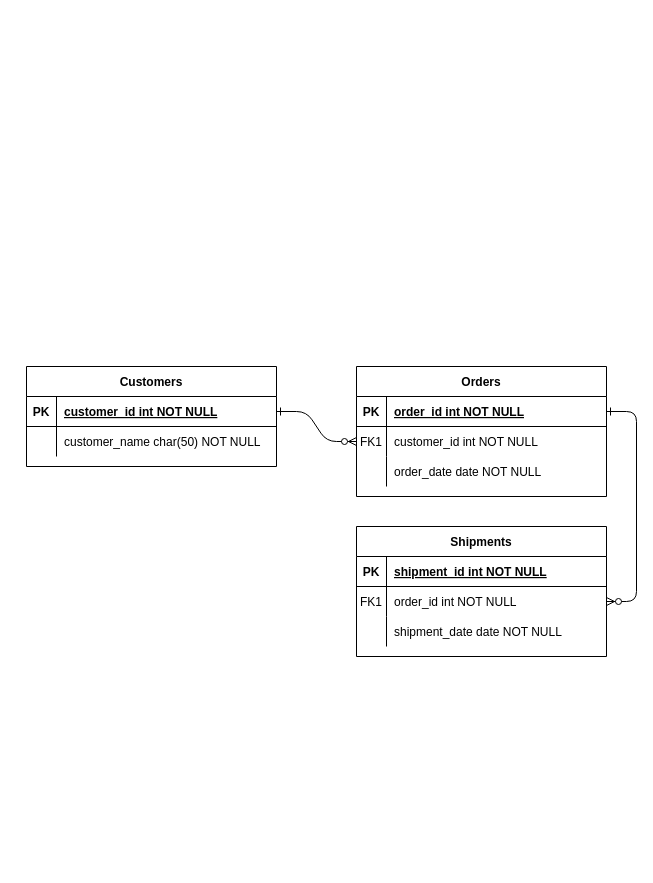
This is resource/FOOD_CRM.drawio from cryscham123/ERdiagram, a draw.io file, before an edit. Source tidied: cells renumbered, new cells numbered last; positions are measured from the earlier drawing's top-left corner, leaving out a move shared by most shapes. Both pictures are drawn from the tidied source at 100%, with x=0, y=0 at pixel (26, 366).
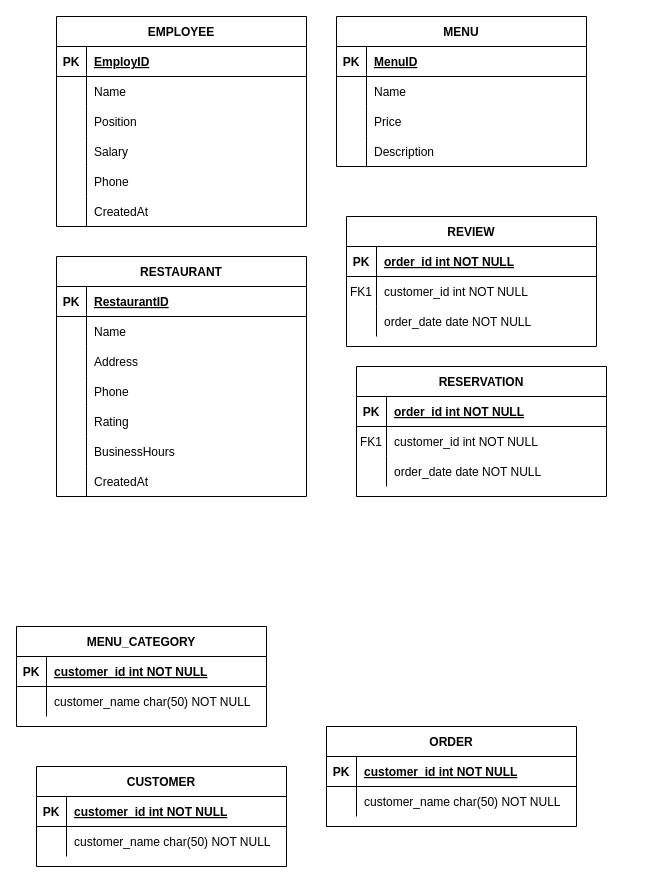
After the change.

Unchanged cells that the change refers to:
```xml
<mxCell id="5" style="shape=partialRectangle;fillColor=none;points=[[0,0.5],[1,0.5]];portConstraint=eastwest;top=0;left=0;right=0;bottom=1;" parent="4" vertex="1">
  <mxGeometry y="30" width="250" height="30" as="geometry" />
</mxCell>
<mxCell id="8" style="shape=partialRectangle;fillColor=none;points=[[0,0.5],[1,0.5]];portConstraint=eastwest;top=0;left=0;right=0;bottom=0;" parent="4" vertex="1">
  <mxGeometry y="60" width="250" height="30" as="geometry" />
</mxCell>
<mxCell id="15" style="shape=partialRectangle;fillColor=none;top=0;left=0;right=0;bottom=1;" parent="14" vertex="1">
  <mxGeometry y="30" width="250" height="30" as="geometry" />
</mxCell>
<mxCell id="25" style="shape=partialRectangle;fillColor=none;points=[[0,0.5],[1,0.5]];portConstraint=eastwest;top=0;left=0;right=0;bottom=1;" parent="24" vertex="1">
  <mxGeometry y="30" width="250" height="30" as="geometry" />
</mxCell>
<mxCell id="28" style="shape=partialRectangle;fillColor=none;top=0;left=0;right=0;bottom=0;" parent="24" vertex="1">
  <mxGeometry y="60" width="250" height="30" as="geometry" />
</mxCell>
```

Diff of the diagram source:
```diff
@@
-    <mxCell id="2" style="edgeStyle=entityRelationEdgeStyle;endArrow=ERzeroToMany;startArrow=ERone;endFill=1;startFill=0;" parent="1" edge="1" source="25" target="8">
-      <mxGeometry relative="1" as="geometry" />
-    </mxCell>
-    <mxCell id="3" style="edgeStyle=entityRelationEdgeStyle;endArrow=ERzeroToMany;startArrow=ERone;endFill=1;startFill=0;" parent="1" edge="1" source="5" target="18">
-      <mxGeometry relative="1" as="geometry" />
-    </mxCell>
-    <mxCell id="4" value="Orders" style="shape=table;startSize=30;childLayout=tableLayout;rowLines=0;fontStyle=1;align=center;" parent="1" vertex="1">
+    <mxCell id="4" value="RESERVATION" style="shape=table;startSize=30;childLayout=tableLayout;rowLines=0;fontStyle=1;align=center;" parent="1" vertex="1">
       <mxGeometry x="330" width="250" height="130" as="geometry" />
     </mxCell>
@@
-    <mxCell id="14" value="Shipments" style="shape=table;startSize=30;childLayout=tableLayout;rowLines=0;fontStyle=1;align=center;" parent="1" vertex="1">
-      <mxGeometry x="330" y="160" width="250" height="130" as="geometry" />
+    <mxCell id="14" value="EMPLOYEE" style="shape=table;startSize=30;childLayout=tableLayout;rowLines=0;fontStyle=1;align=center;" parent="1" vertex="1">
+      <mxGeometry x="30" y="-350" width="250" height="210" as="geometry" />
     </mxCell>
@@
-    <mxCell id="17" value="shipment_id int NOT NULL " style="shape=partialRectangle;overflow=hidden;fillColor=none;top=0;left=0;bottom=0;right=0;align=left;spacingLeft=6;fontStyle=5;" parent="15" vertex="1">
+    <mxCell id="17" value="EmployID" style="shape=partialRectangle;overflow=hidden;fillColor=none;top=0;left=0;bottom=0;right=0;align=left;spacingLeft=6;fontStyle=5;" parent="15" vertex="1">
       <mxGeometry x="30" width="220" height="30" as="geometry" />
     </mxCell>
-    <mxCell id="18" style="shape=partialRectangle;fillColor=none;points=[[0,0.5],[1,0.5]];portConstraint=eastwest;top=0;left=0;right=0;bottom=0;" parent="14" vertex="1">
-      <mxGeometry y="60" width="250" height="30" as="geometry" />
-    </mxCell>
-    <mxCell id="19" value="FK1" style="shape=partialRectangle;overflow=hidden;fillColor=none;top=0;left=0;bottom=0;right=0;" parent="18" vertex="1">
-      <mxGeometry width="30" height="30" as="geometry" />
-    </mxCell>
-    <mxCell id="20" value="order_id int NOT NULL" style="shape=partialRectangle;overflow=hidden;fillColor=none;top=0;left=0;bottom=0;right=0;align=left;spacingLeft=6;" parent="18" vertex="1">
-      <mxGeometry x="30" width="220" height="30" as="geometry" />
-    </mxCell>
     <mxCell id="21" style="shape=partialRectangle;fillColor=none;top=0;left=0;right=0;bottom=0;" parent="14" vertex="1">
-      <mxGeometry y="90" width="250" height="30" as="geometry" />
+      <mxGeometry y="60" width="250" height="30" as="geometry" />
     </mxCell>
@@
-    <mxCell id="23" value="shipment_date date NOT NULL" style="shape=partialRectangle;overflow=hidden;fillColor=none;top=0;left=0;bottom=0;right=0;align=left;spacingLeft=6;" parent="21" vertex="1">
+    <mxCell id="23" value="Name" style="shape=partialRectangle;overflow=hidden;fillColor=none;top=0;left=0;bottom=0;right=0;align=left;spacingLeft=6;" parent="21" vertex="1">
       <mxGeometry x="30" width="220" height="30" as="geometry" />
     </mxCell>
+    <mxCell id="31" style="shape=partialRectangle;fillColor=none;top=0;left=0;right=0;bottom=0;" parent="14" vertex="1">
+      <mxGeometry y="90" width="250" height="30" as="geometry" />
+    </mxCell>
+    <mxCell id="32" style="shape=partialRectangle;overflow=hidden;fillColor=none;top=0;left=0;bottom=0;right=0;" parent="31" vertex="1">
+      <mxGeometry width="30" height="30" as="geometry" />
+    </mxCell>
+    <mxCell id="33" value="Position" style="shape=partialRectangle;overflow=hidden;fillColor=none;top=0;left=0;bottom=0;right=0;align=left;spacingLeft=6;" parent="31" vertex="1">
+      <mxGeometry x="30" width="220" height="30" as="geometry" />
+    </mxCell>
+    <mxCell id="34" style="shape=partialRectangle;fillColor=none;top=0;left=0;right=0;bottom=0;" parent="14" vertex="1">
+      <mxGeometry y="120" width="250" height="30" as="geometry" />
+    </mxCell>
+    <mxCell id="35" style="shape=partialRectangle;overflow=hidden;fillColor=none;top=0;left=0;bottom=0;right=0;" parent="34" vertex="1">
+      <mxGeometry width="30" height="30" as="geometry" />
+    </mxCell>
+    <mxCell id="36" value="Salary" style="shape=partialRectangle;overflow=hidden;fillColor=none;top=0;left=0;bottom=0;right=0;align=left;spacingLeft=6;" parent="34" vertex="1">
+      <mxGeometry x="30" width="220" height="30" as="geometry" />
+    </mxCell>
+    <mxCell id="37" style="shape=partialRectangle;fillColor=none;top=0;left=0;right=0;bottom=0;" parent="14" vertex="1">
+      <mxGeometry y="150" width="250" height="30" as="geometry" />
+    </mxCell>
+    <mxCell id="38" style="shape=partialRectangle;overflow=hidden;fillColor=none;top=0;left=0;bottom=0;right=0;" parent="37" vertex="1">
+      <mxGeometry width="30" height="30" as="geometry" />
+    </mxCell>
+    <mxCell id="39" value="Phone" style="shape=partialRectangle;overflow=hidden;fillColor=none;top=0;left=0;bottom=0;right=0;align=left;spacingLeft=6;" parent="37" vertex="1">
+      <mxGeometry x="30" width="220" height="30" as="geometry" />
+    </mxCell>
+    <mxCell id="40" style="shape=partialRectangle;fillColor=none;top=0;left=0;right=0;bottom=0;" parent="14" vertex="1">
+      <mxGeometry y="180" width="250" height="30" as="geometry" />
+    </mxCell>
+    <mxCell id="41" style="shape=partialRectangle;overflow=hidden;fillColor=none;top=0;left=0;bottom=0;right=0;" parent="40" vertex="1">
+      <mxGeometry width="30" height="30" as="geometry" />
+    </mxCell>
+    <mxCell id="42" value="CreatedAt" style="shape=partialRectangle;overflow=hidden;fillColor=none;top=0;left=0;bottom=0;right=0;align=left;spacingLeft=6;" parent="40" vertex="1">
+      <mxGeometry x="30" width="220" height="30" as="geometry" />
+    </mxCell>
-    <mxCell id="24" value="Customers" style="shape=table;startSize=30;childLayout=tableLayout;rowLines=0;fontStyle=1;align=center;" parent="1" vertex="1">
-      <mxGeometry width="250" height="100" as="geometry" />
+    <mxCell id="24" value="RESTAURANT" style="shape=table;startSize=30;childLayout=tableLayout;rowLines=0;fontStyle=1;align=center;" parent="1" vertex="1">
+      <mxGeometry x="30" y="-110" width="250" height="240" as="geometry" />
     </mxCell>
@@
-    <mxCell id="27" value="customer_id int NOT NULL " style="shape=partialRectangle;overflow=hidden;fillColor=none;top=0;left=0;bottom=0;right=0;align=left;spacingLeft=6;fontStyle=5;" parent="25" vertex="1">
+    <mxCell id="27" value="RestaurantID" style="shape=partialRectangle;overflow=hidden;fillColor=none;top=0;left=0;bottom=0;right=0;align=left;spacingLeft=6;fontStyle=5;" parent="25" vertex="1">
       <mxGeometry x="30" width="220" height="30" as="geometry" />
     </mxCell>
@@
-    <mxCell id="30" value="customer_name char(50) NOT NULL" style="shape=partialRectangle;overflow=hidden;fillColor=none;top=0;left=0;bottom=0;right=0;align=left;spacingLeft=6;" parent="28" vertex="1">
+    <mxCell id="30" value="Name" style="shape=partialRectangle;overflow=hidden;fillColor=none;top=0;left=0;bottom=0;right=0;align=left;spacingLeft=6;" parent="28" vertex="1">
       <mxGeometry x="30" width="220" height="30" as="geometry" />
     </mxCell>
+    <mxCell id="43" style="shape=partialRectangle;fillColor=none;top=0;left=0;right=0;bottom=0;" parent="24" vertex="1">
+      <mxGeometry y="90" width="250" height="30" as="geometry" />
+    </mxCell>
+    <mxCell id="44" style="shape=partialRectangle;overflow=hidden;fillColor=none;top=0;left=0;bottom=0;right=0;" parent="43" vertex="1">
+      <mxGeometry width="30" height="30" as="geometry" />
+    </mxCell>
+    <mxCell id="45" value="Address" style="shape=partialRectangle;overflow=hidden;fillColor=none;top=0;left=0;bottom=0;right=0;align=left;spacingLeft=6;" parent="43" vertex="1">
+      <mxGeometry x="30" width="220" height="30" as="geometry" />
+    </mxCell>
+    <mxCell id="46" style="shape=partialRectangle;fillColor=none;top=0;left=0;right=0;bottom=0;" parent="24" vertex="1">
+      <mxGeometry y="120" width="250" height="30" as="geometry" />
+    </mxCell>
+    <mxCell id="47" style="shape=partialRectangle;overflow=hidden;fillColor=none;top=0;left=0;bottom=0;right=0;" parent="46" vertex="1">
+      <mxGeometry width="30" height="30" as="geometry" />
+    </mxCell>
+    <mxCell id="48" value="Phone" style="shape=partialRectangle;overflow=hidden;fillColor=none;top=0;left=0;bottom=0;right=0;align=left;spacingLeft=6;" parent="46" vertex="1">
+      <mxGeometry x="30" width="220" height="30" as="geometry" />
+    </mxCell>
+    <mxCell id="49" style="shape=partialRectangle;fillColor=none;top=0;left=0;right=0;bottom=0;" parent="24" vertex="1">
+      <mxGeometry y="150" width="250" height="30" as="geometry" />
+    </mxCell>
+    <mxCell id="50" style="shape=partialRectangle;overflow=hidden;fillColor=none;top=0;left=0;bottom=0;right=0;" parent="49" vertex="1">
+      <mxGeometry width="30" height="30" as="geometry" />
+    </mxCell>
+    <mxCell id="51" value="Rating" style="shape=partialRectangle;overflow=hidden;fillColor=none;top=0;left=0;bottom=0;right=0;align=left;spacingLeft=6;" parent="49" vertex="1">
+      <mxGeometry x="30" width="220" height="30" as="geometry" />
+    </mxCell>
+    <mxCell id="52" style="shape=partialRectangle;fillColor=none;top=0;left=0;right=0;bottom=0;" parent="24" vertex="1">
+      <mxGeometry y="180" width="250" height="30" as="geometry" />
+    </mxCell>
+    <mxCell id="53" style="shape=partialRectangle;overflow=hidden;fillColor=none;top=0;left=0;bottom=0;right=0;" parent="52" vertex="1">
+      <mxGeometry width="30" height="30" as="geometry" />
+    </mxCell>
+    <mxCell id="54" value="BusinessHours" style="shape=partialRectangle;overflow=hidden;fillColor=none;top=0;left=0;bottom=0;right=0;align=left;spacingLeft=6;" parent="52" vertex="1">
+      <mxGeometry x="30" width="220" height="30" as="geometry" />
+    </mxCell>
+    <mxCell id="55" style="shape=partialRectangle;fillColor=none;top=0;left=0;right=0;bottom=0;" parent="24" vertex="1">
+      <mxGeometry y="210" width="250" height="30" as="geometry" />
+    </mxCell>
+    <mxCell id="56" style="shape=partialRectangle;overflow=hidden;fillColor=none;top=0;left=0;bottom=0;right=0;" parent="55" vertex="1">
+      <mxGeometry width="30" height="30" as="geometry" />
+    </mxCell>
+    <mxCell id="57" value="CreatedAt" style="shape=partialRectangle;overflow=hidden;fillColor=none;top=0;left=0;bottom=0;right=0;align=left;spacingLeft=6;" parent="55" vertex="1">
+      <mxGeometry x="30" width="220" height="30" as="geometry" />
+    </mxCell>
+    <mxCell id="58" value="MENU" style="shape=table;startSize=30;childLayout=tableLayout;rowLines=0;fontStyle=1;align=center;" parent="1" vertex="1">
+      <mxGeometry x="310" y="-350" width="250" height="150" as="geometry" />
+    </mxCell>
+    <mxCell id="59" style="shape=partialRectangle;fillColor=none;top=0;left=0;right=0;bottom=1;" parent="58" vertex="1">
+      <mxGeometry y="30" width="250" height="30" as="geometry" />
+    </mxCell>
+    <mxCell id="60" value="PK" style="shape=partialRectangle;overflow=hidden;fillColor=none;top=0;left=0;bottom=0;right=0;fontStyle=1;" parent="59" vertex="1">
+      <mxGeometry width="30" height="30" as="geometry" />
+    </mxCell>
+    <mxCell id="61" value="MenuID" style="shape=partialRectangle;overflow=hidden;fillColor=none;top=0;left=0;bottom=0;right=0;align=left;spacingLeft=6;fontStyle=5;" parent="59" vertex="1">
+      <mxGeometry x="30" width="220" height="30" as="geometry" />
+    </mxCell>
+    <mxCell id="62" style="shape=partialRectangle;fillColor=none;top=0;left=0;right=0;bottom=0;" parent="58" vertex="1">
+      <mxGeometry y="60" width="250" height="30" as="geometry" />
+    </mxCell>
+    <mxCell id="63" style="shape=partialRectangle;overflow=hidden;fillColor=none;top=0;left=0;bottom=0;right=0;" parent="62" vertex="1">
+      <mxGeometry width="30" height="30" as="geometry" />
+    </mxCell>
+    <mxCell id="64" value="Name" style="shape=partialRectangle;overflow=hidden;fillColor=none;top=0;left=0;bottom=0;right=0;align=left;spacingLeft=6;" parent="62" vertex="1">
+      <mxGeometry x="30" width="220" height="30" as="geometry" />
+    </mxCell>
+    <mxCell id="65" style="shape=partialRectangle;fillColor=none;top=0;left=0;right=0;bottom=0;" parent="58" vertex="1">
+      <mxGeometry y="90" width="250" height="30" as="geometry" />
+    </mxCell>
+    <mxCell id="66" style="shape=partialRectangle;overflow=hidden;fillColor=none;top=0;left=0;bottom=0;right=0;" parent="65" vertex="1">
+      <mxGeometry width="30" height="30" as="geometry" />
+    </mxCell>
+    <mxCell id="67" value="Price" style="shape=partialRectangle;overflow=hidden;fillColor=none;top=0;left=0;bottom=0;right=0;align=left;spacingLeft=6;" parent="65" vertex="1">
+      <mxGeometry x="30" width="220" height="30" as="geometry" />
+    </mxCell>
+    <mxCell id="68" style="shape=partialRectangle;fillColor=none;top=0;left=0;right=0;bottom=0;" parent="58" vertex="1">
+      <mxGeometry y="120" width="250" height="30" as="geometry" />
+    </mxCell>
+    <mxCell id="69" style="shape=partialRectangle;overflow=hidden;fillColor=none;top=0;left=0;bottom=0;right=0;" parent="68" vertex="1">
+      <mxGeometry width="30" height="30" as="geometry" />
+    </mxCell>
+    <mxCell id="70" value="Description" style="shape=partialRectangle;overflow=hidden;fillColor=none;top=0;left=0;bottom=0;right=0;align=left;spacingLeft=6;" parent="68" vertex="1">
+      <mxGeometry x="30" width="220" height="30" as="geometry" />
+    </mxCell>
+    <mxCell id="71" value="MENU_CATEGORY" style="shape=table;startSize=30;childLayout=tableLayout;rowLines=0;fontStyle=1;align=center;" parent="1" vertex="1">
+      <mxGeometry x="-10" y="260" width="250" height="100" as="geometry" />
+    </mxCell>
+    <mxCell id="72" style="shape=partialRectangle;fillColor=none;top=0;left=0;right=0;bottom=1;" parent="71" vertex="1">
+      <mxGeometry y="30" width="250" height="30" as="geometry" />
+    </mxCell>
+    <mxCell id="73" value="PK" style="shape=partialRectangle;overflow=hidden;fillColor=none;top=0;left=0;bottom=0;right=0;fontStyle=1;" parent="72" vertex="1">
+      <mxGeometry width="30" height="30" as="geometry" />
+    </mxCell>
+    <mxCell id="74" value="customer_id int NOT NULL " style="shape=partialRectangle;overflow=hidden;fillColor=none;top=0;left=0;bottom=0;right=0;align=left;spacingLeft=6;fontStyle=5;" parent="72" vertex="1">
+      <mxGeometry x="30" width="220" height="30" as="geometry" />
+    </mxCell>
+    <mxCell id="75" style="shape=partialRectangle;fillColor=none;top=0;left=0;right=0;bottom=0;" parent="71" vertex="1">
+      <mxGeometry y="60" width="250" height="30" as="geometry" />
+    </mxCell>
+    <mxCell id="76" style="shape=partialRectangle;overflow=hidden;fillColor=none;top=0;left=0;bottom=0;right=0;" parent="75" vertex="1">
+      <mxGeometry width="30" height="30" as="geometry" />
+    </mxCell>
+    <mxCell id="77" value="customer_name char(50) NOT NULL" style="shape=partialRectangle;overflow=hidden;fillColor=none;top=0;left=0;bottom=0;right=0;align=left;spacingLeft=6;" parent="75" vertex="1">
+      <mxGeometry x="30" width="220" height="30" as="geometry" />
+    </mxCell>
+    <mxCell id="78" value="CUSTOMER " style="shape=table;startSize=30;childLayout=tableLayout;rowLines=0;fontStyle=1;align=center;" parent="1" vertex="1">
+      <mxGeometry x="10" y="400" width="250" height="100" as="geometry" />
+    </mxCell>
+    <mxCell id="79" style="shape=partialRectangle;fillColor=none;top=0;left=0;right=0;bottom=1;" parent="78" vertex="1">
+      <mxGeometry y="30" width="250" height="30" as="geometry" />
+    </mxCell>
+    <mxCell id="80" value="PK" style="shape=partialRectangle;overflow=hidden;fillColor=none;top=0;left=0;bottom=0;right=0;fontStyle=1;" parent="79" vertex="1">
+      <mxGeometry width="30" height="30" as="geometry" />
+    </mxCell>
+    <mxCell id="81" value="customer_id int NOT NULL " style="shape=partialRectangle;overflow=hidden;fillColor=none;top=0;left=0;bottom=0;right=0;align=left;spacingLeft=6;fontStyle=5;" parent="79" vertex="1">
+      <mxGeometry x="30" width="220" height="30" as="geometry" />
+    </mxCell>
+    <mxCell id="82" style="shape=partialRectangle;fillColor=none;top=0;left=0;right=0;bottom=0;" parent="78" vertex="1">
+      <mxGeometry y="60" width="250" height="30" as="geometry" />
+    </mxCell>
+    <mxCell id="83" style="shape=partialRectangle;overflow=hidden;fillColor=none;top=0;left=0;bottom=0;right=0;" parent="82" vertex="1">
+      <mxGeometry width="30" height="30" as="geometry" />
+    </mxCell>
+    <mxCell id="84" value="customer_name char(50) NOT NULL" style="shape=partialRectangle;overflow=hidden;fillColor=none;top=0;left=0;bottom=0;right=0;align=left;spacingLeft=6;" parent="82" vertex="1">
+      <mxGeometry x="30" width="220" height="30" as="geometry" />
+    </mxCell>
+    <mxCell id="85" value="ORDER" style="shape=table;startSize=30;childLayout=tableLayout;rowLines=0;fontStyle=1;align=center;" parent="1" vertex="1">
+      <mxGeometry x="300" y="360" width="250" height="100" as="geometry" />
+    </mxCell>
+    <mxCell id="86" style="shape=partialRectangle;fillColor=none;top=0;left=0;right=0;bottom=1;" parent="85" vertex="1">
+      <mxGeometry y="30" width="250" height="30" as="geometry" />
+    </mxCell>
+    <mxCell id="87" value="PK" style="shape=partialRectangle;overflow=hidden;fillColor=none;top=0;left=0;bottom=0;right=0;fontStyle=1;" parent="86" vertex="1">
+      <mxGeometry width="30" height="30" as="geometry" />
+    </mxCell>
+    <mxCell id="88" value="customer_id int NOT NULL " style="shape=partialRectangle;overflow=hidden;fillColor=none;top=0;left=0;bottom=0;right=0;align=left;spacingLeft=6;fontStyle=5;" parent="86" vertex="1">
+      <mxGeometry x="30" width="220" height="30" as="geometry" />
+    </mxCell>
+    <mxCell id="89" style="shape=partialRectangle;fillColor=none;top=0;left=0;right=0;bottom=0;" parent="85" vertex="1">
+      <mxGeometry y="60" width="250" height="30" as="geometry" />
+    </mxCell>
+    <mxCell id="90" style="shape=partialRectangle;overflow=hidden;fillColor=none;top=0;left=0;bottom=0;right=0;" parent="89" vertex="1">
+      <mxGeometry width="30" height="30" as="geometry" />
+    </mxCell>
+    <mxCell id="91" value="customer_name char(50) NOT NULL" style="shape=partialRectangle;overflow=hidden;fillColor=none;top=0;left=0;bottom=0;right=0;align=left;spacingLeft=6;" parent="89" vertex="1">
+      <mxGeometry x="30" width="220" height="30" as="geometry" />
+    </mxCell>
+    <mxCell id="92" value="REVIEW" style="shape=table;startSize=30;childLayout=tableLayout;rowLines=0;fontStyle=1;align=center;" parent="1" vertex="1">
+      <mxGeometry x="320" y="-150" width="250" height="130" as="geometry" />
+    </mxCell>
+    <mxCell id="93" style="shape=partialRectangle;fillColor=none;top=0;left=0;right=0;bottom=1;" parent="92" vertex="1">
+      <mxGeometry y="30" width="250" height="30" as="geometry" />
+    </mxCell>
+    <mxCell id="94" value="PK" style="shape=partialRectangle;overflow=hidden;fillColor=none;top=0;left=0;bottom=0;right=0;fontStyle=1;" parent="93" vertex="1">
+      <mxGeometry width="30" height="30" as="geometry" />
+    </mxCell>
+    <mxCell id="20" value="order_id int NOT NULL " style="shape=partialRectangle;overflow=hidden;fillColor=none;top=0;left=0;bottom=0;right=0;align=left;spacingLeft=6;fontStyle=5;" parent="93" vertex="1">
+      <mxGeometry x="30" width="220" height="30" as="geometry" />
+    </mxCell>
+    <mxCell id="95" style="shape=partialRectangle;fillColor=none;top=0;left=0;right=0;bottom=0;" parent="92" vertex="1">
+      <mxGeometry y="60" width="250" height="30" as="geometry" />
+    </mxCell>
+    <mxCell id="19" value="FK1" style="shape=partialRectangle;overflow=hidden;fillColor=none;top=0;left=0;bottom=0;right=0;" parent="95" vertex="1">
+      <mxGeometry width="30" height="30" as="geometry" />
+    </mxCell>
+    <mxCell id="96" value="customer_id int NOT NULL" style="shape=partialRectangle;overflow=hidden;fillColor=none;top=0;left=0;bottom=0;right=0;align=left;spacingLeft=6;" parent="95" vertex="1">
+      <mxGeometry x="30" width="220" height="30" as="geometry" />
+    </mxCell>
+    <mxCell id="97" style="shape=partialRectangle;fillColor=none;top=0;left=0;right=0;bottom=0;" parent="92" vertex="1">
+      <mxGeometry y="90" width="250" height="30" as="geometry" />
+    </mxCell>
+    <mxCell id="98" style="shape=partialRectangle;overflow=hidden;fillColor=none;top=0;left=0;bottom=0;right=0;" parent="97" vertex="1">
+      <mxGeometry width="30" height="30" as="geometry" />
+    </mxCell>
+    <mxCell id="99" value="order_date date NOT NULL" style="shape=partialRectangle;overflow=hidden;fillColor=none;top=0;left=0;bottom=0;right=0;align=left;spacingLeft=6;" parent="97" vertex="1">
+      <mxGeometry x="30" width="220" height="30" as="geometry" />
+    </mxCell>
```
